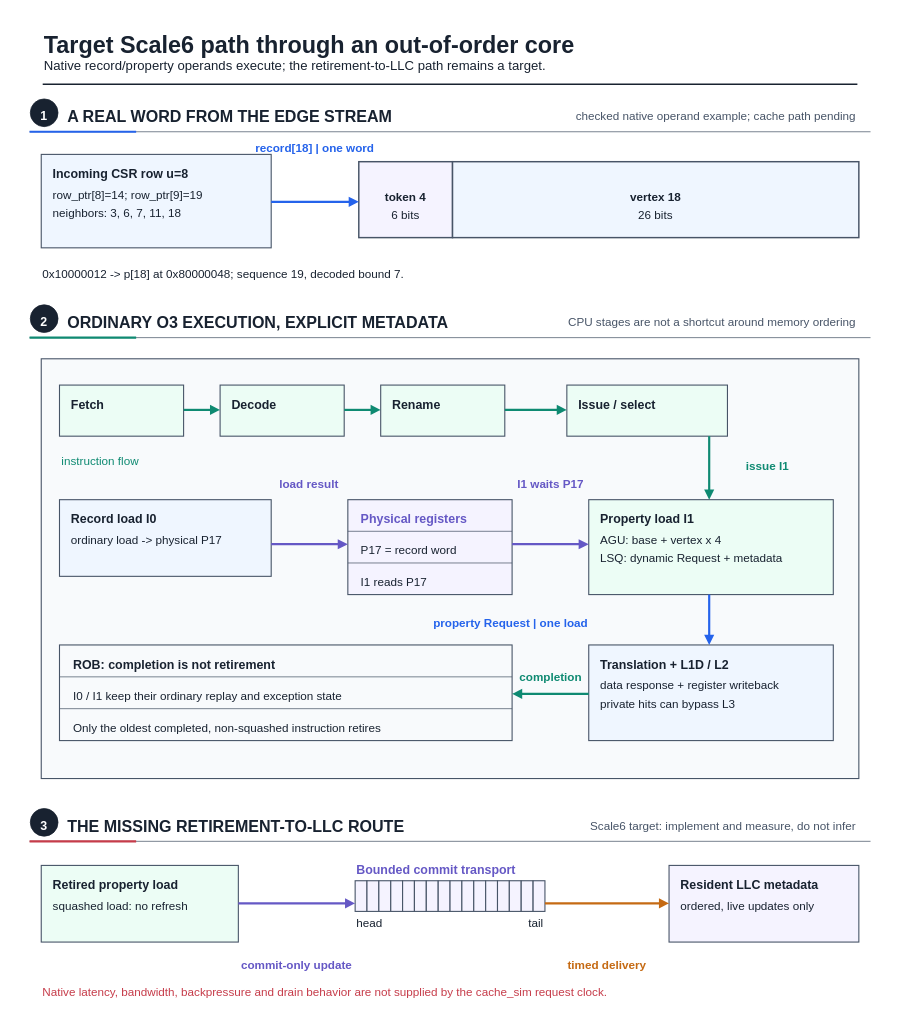
This is fig/wiki_src/risc-v-instruction-path/risc-v-instruction-path-f02-o3-request-pipeline.drawio from UVA-LavaLab/ECG_GrAPL, a draw.io file, before an edit. Source tidied: cells renumbered, new cells numbered last; positions are measured from the earlier drawing's top-left corner, leaving out a move shared by most shapes. Both pictures are drawn from the tidied source at 73%, with x=0, y=0 at pixel (12, 12).
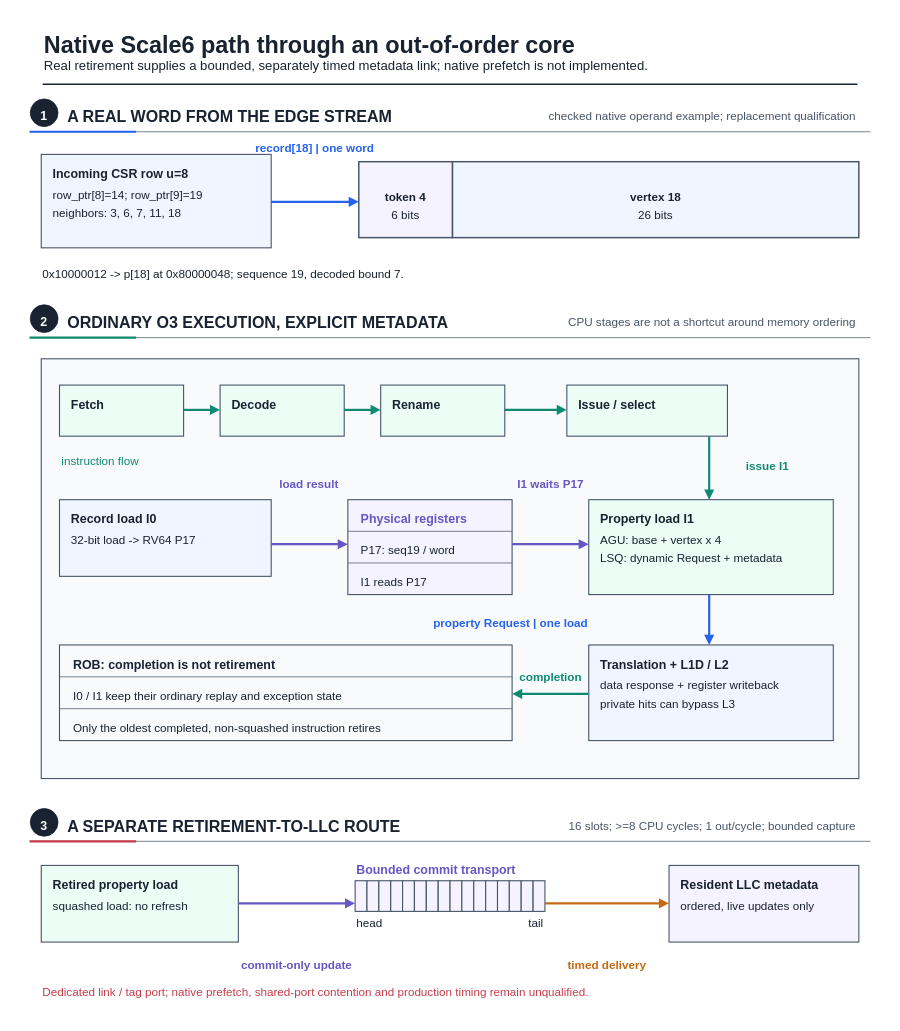
After the change.

What changed in the source:
```diff
@@
-    <mxCell id="3" value="Target Scale6 path through an out-of-order core" style="text;html=0;strokeColor=none;fillColor=none;align=left;verticalAlign=middle;fontFamily=Liberation Sans;fontSize=32;fontColor=#182230;fontStyle=1;" parent="1" vertex="1">
+    <mxCell id="3" value="Native Scale6 path through an out-of-order core" style="text;html=0;strokeColor=none;fillColor=none;align=left;verticalAlign=middle;fontFamily=Liberation Sans;fontSize=32;fontColor=#182230;fontStyle=1;" parent="1" vertex="1">
       <mxGeometry x="42" y="19.5" width="857.3" height="44.8" as="geometry" />
     </mxCell>
-    <mxCell id="4" value="Native record/property operands execute; the retirement-to-LLC path remains a target." style="text;html=0;strokeColor=none;fillColor=none;align=left;verticalAlign=middle;fontFamily=Liberation Sans;fontSize=18;fontColor=#182230;fontStyle=0;" parent="1" vertex="1">
-      <mxGeometry x="42" y="59.5" width="810.9" height="25.2" as="geometry" />
+    <mxCell id="4" value="Real retirement supplies a bounded, separately timed metadata link; native prefetch is not implemented." style="text;html=0;strokeColor=none;fillColor=none;align=left;verticalAlign=middle;fontFamily=Liberation Sans;fontSize=18;fontColor=#182230;fontStyle=0;" parent="1" vertex="1">
+      <mxGeometry x="42" y="59.5" width="982.6" height="25.2" as="geometry" />
     </mxCell>
@@
-    <mxCell id="9" value="checked native operand example; cache path pending" style="text;html=0;strokeColor=none;fillColor=none;align=right;verticalAlign=middle;fontFamily=Liberation Sans;fontSize=16;fontColor=#475467;fontStyle=0;" parent="1" vertex="1">
-      <mxGeometry x="734" y="130.2" width="424" height="22.4" as="geometry" />
+    <mxCell id="9" value="checked native operand example; replacement qualification" style="text;html=0;strokeColor=none;fillColor=none;align=right;verticalAlign=middle;fontFamily=Liberation Sans;fontSize=16;fontColor=#475467;fontStyle=0;" parent="1" vertex="1">
+      <mxGeometry x="674.6" y="130.2" width="483.4" height="22.4" as="geometry" />
     </mxCell>
@@
-    <mxCell id="46" value="ordinary load -&gt; physical P17" style="text;html=0;strokeColor=none;fillColor=none;align=left;verticalAlign=middle;fontFamily=Liberation Sans;fontSize=16;fontColor=#182230;fontStyle=0;" parent="1" vertex="1">
-      <mxGeometry x="79" y="711.2" width="245.9" height="22.4" as="geometry" />
+    <mxCell id="46" value="32-bit load -&gt; RV64 P17" style="text;html=0;strokeColor=none;fillColor=none;align=left;verticalAlign=middle;fontFamily=Liberation Sans;fontSize=16;fontColor=#182230;fontStyle=0;" parent="1" vertex="1">
+      <mxGeometry x="79" y="711.2" width="195" height="22.4" as="geometry" />
     </mxCell>
@@
-    <mxCell id="51" value="P17 = record word" style="text;html=0;strokeColor=none;fillColor=none;align=left;verticalAlign=middle;fontFamily=Liberation Sans;fontSize=16;fontColor=#182230;fontStyle=0;" parent="1" vertex="1">
+    <mxCell id="51" value="P17: seq19 / word" style="text;html=0;strokeColor=none;fillColor=none;align=left;verticalAlign=middle;fontFamily=Liberation Sans;fontSize=16;fontColor=#182230;fontStyle=0;" parent="1" vertex="1">
       <mxGeometry x="476" y="725.2" width="144.2" height="22.4" as="geometry" />
     </mxCell>
@@
-    <mxCell id="79" value="THE MISSING RETIREMENT-TO-LLC ROUTE" style="text;html=0;strokeColor=none;fillColor=none;align=left;verticalAlign=middle;fontFamily=Liberation Sans;fontSize=22;fontColor=#182230;fontStyle=1;" parent="1" vertex="1">
-      <mxGeometry x="74" y="1098.1" width="438.9" height="30.8" as="geometry" />
+    <mxCell id="79" value="A SEPARATE RETIREMENT-TO-LLC ROUTE" style="text;html=0;strokeColor=none;fillColor=none;align=left;verticalAlign=middle;fontFamily=Liberation Sans;fontSize=22;fontColor=#182230;fontStyle=1;" parent="1" vertex="1">
+      <mxGeometry x="74" y="1098.1" width="426.4" height="30.8" as="geometry" />
     </mxCell>
-    <mxCell id="80" value="Scale6 target: implement and measure, do not infer" style="text;html=0;strokeColor=none;fillColor=none;align=right;verticalAlign=middle;fontFamily=Liberation Sans;fontSize=16;fontColor=#475467;fontStyle=0;" parent="1" vertex="1">
-      <mxGeometry x="734" y="1102.2" width="424" height="22.4" as="geometry" />
+    <mxCell id="80" value="16 slots; &gt;=8 CPU cycles; 1 out/cycle; bounded capture" style="text;html=0;strokeColor=none;fillColor=none;align=right;verticalAlign=middle;fontFamily=Liberation Sans;fontSize=16;fontColor=#475467;fontStyle=0;" parent="1" vertex="1">
+      <mxGeometry x="700.1" y="1102.2" width="457.9" height="22.4" as="geometry" />
     </mxCell>
@@
-    <mxCell id="112" value="Native latency, bandwidth, backpressure and drain behavior are not supplied by the cache_sim request clock." style="text;html=0;strokeColor=none;fillColor=none;align=left;verticalAlign=middle;fontFamily=Liberation Sans;fontSize=16;fontColor=#C63C4A;fontStyle=0;" parent="1" vertex="1">
-      <mxGeometry x="40" y="1330.2" width="907.4" height="22.4" as="geometry" />
+    <mxCell id="112" value="Dedicated link / tag port; native prefetch, shared-port contention and production timing remain unqualified." style="text;html=0;strokeColor=none;fillColor=none;align=left;verticalAlign=middle;fontFamily=Liberation Sans;fontSize=16;fontColor=#C63C4A;fontStyle=0;" parent="1" vertex="1">
+      <mxGeometry x="40" y="1330.2" width="915.8" height="22.4" as="geometry" />
     </mxCell>
```
